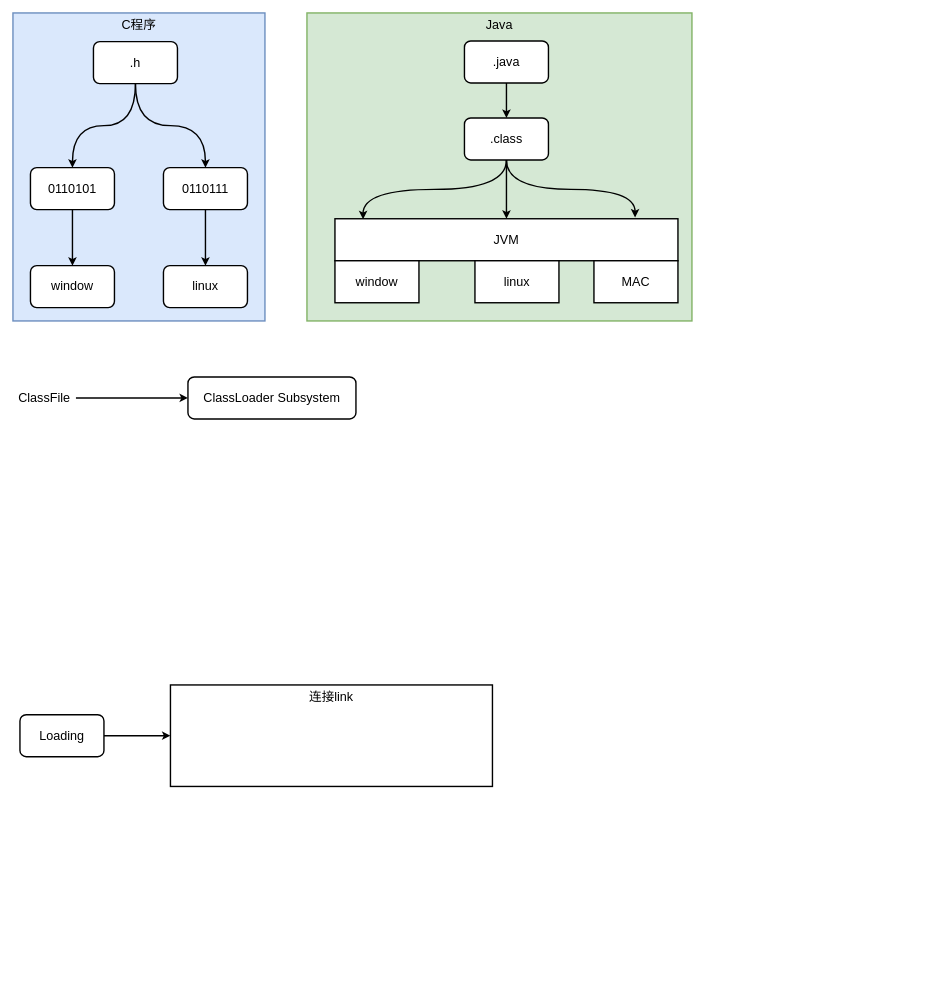
Above: page "程序编译" (1 of 7) of JVM.drawio in starzy1990/diagrams (draw.io), before the change. Source tidied: cells renumbered, new cells numbered last; positions are measured from the earlier drawing's top-left corner, leaving out a move shared by most shapes. Both pictures are drawn from the tidied source at 70%, with x=0, y=0 at pixel (13, 13).
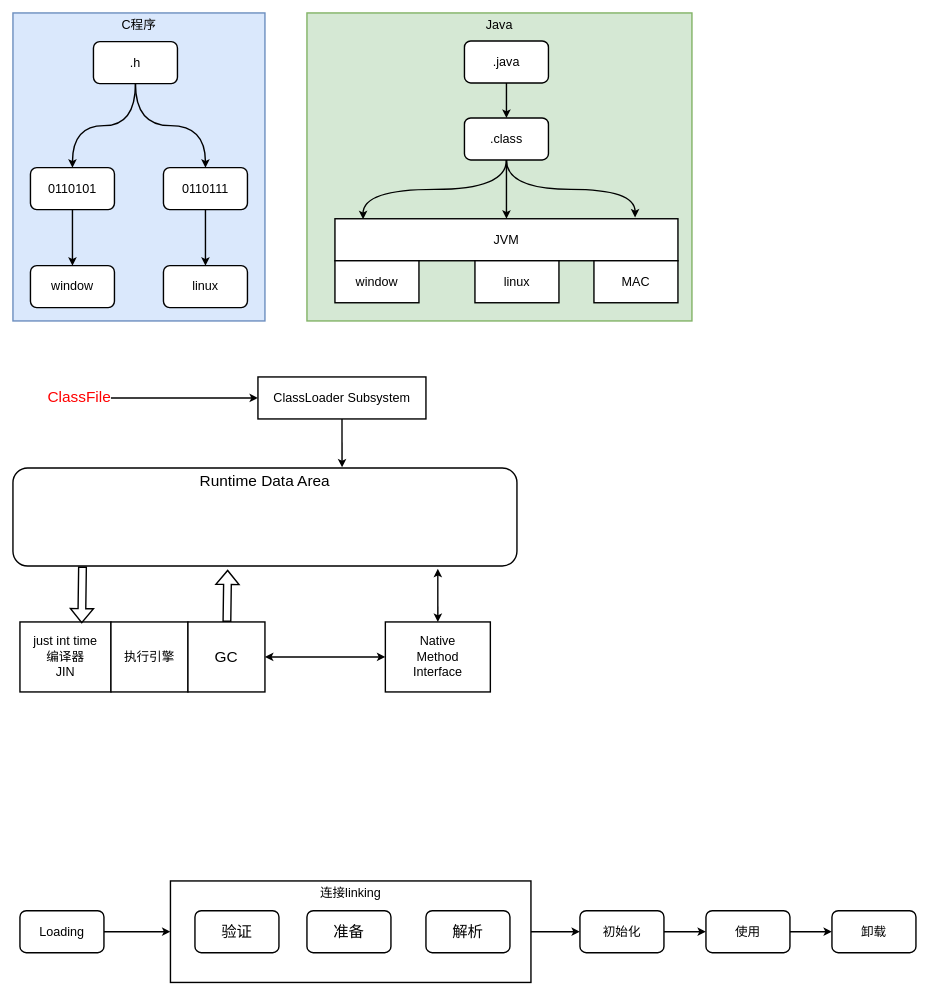
The same diagram, later.

The edit, as a diff of the source:
```diff
@@
-    <mxCell id="24" value="ClassFile" style="text;html=1;strokeColor=none;fillColor=none;align=center;verticalAlign=middle;whiteSpace=wrap;rounded=0;fontSize=18;" parent="1" vertex="1">
-      <mxGeometry y="535" width="90" height="30" as="geometry" />
+    <mxCell id="24" value="ClassFile" style="text;html=1;strokeColor=none;fillColor=none;align=center;verticalAlign=middle;whiteSpace=wrap;rounded=0;fontSize=22;fontColor=#FF0000;fontStyle=0;" parent="1" vertex="1">
+      <mxGeometry x="50" y="535" width="90" height="30" as="geometry" />
     </mxCell>
+    <mxCell id="29" style="edgeStyle=none;rounded=0;jettySize=auto;html=1;entryX=0.653;entryY=-0.006;entryDx=0;entryDy=0;entryPerimeter=0;fontColor=#FF0000;strokeWidth=2;" parent="1" edge="1" source="25" target="31">
+      <mxGeometry relative="1" as="geometry" />
+    </mxCell>
-    <mxCell id="25" value="ClassLoader Subsystem" style="rounded=1;whiteSpace=wrap;html=1;fontSize=18;strokeWidth=2;" parent="1" vertex="1">
-      <mxGeometry x="250" y="520" width="240" height="60" as="geometry" />
+    <mxCell id="25" value="ClassLoader Subsystem" style="rounded=0;whiteSpace=wrap;html=1;fontSize=18;strokeWidth=2;" parent="1" vertex="1">
+      <mxGeometry x="350" y="520" width="240" height="60" as="geometry" />
     </mxCell>
@@
     <mxCell id="27" value="Loading" style="rounded=1;whiteSpace=wrap;html=1;fontSize=18;strokeWidth=2;" parent="1" vertex="1">
-      <mxGeometry x="10" y="1002.5" width="120" height="60" as="geometry" />
+      <mxGeometry x="10" y="1282.5" width="120" height="60" as="geometry" />
     </mxCell>
+    <mxCell id="30" style="edgeStyle=none;rounded=0;jettySize=auto;html=1;entryX=0;entryY=0.5;entryDx=0;entryDy=0;fontSize=22;fontColor=#000000;strokeWidth=2;" parent="1" edge="1" source="28" target="44">
+      <mxGeometry relative="1" as="geometry" />
+    </mxCell>
-    <mxCell id="28" value="连接link" style="rounded=0;whiteSpace=wrap;html=1;fontSize=18;strokeWidth=2;verticalAlign=top;" parent="1" vertex="1">
-      <mxGeometry x="225" y="960" width="460" height="145" as="geometry" />
+    <mxCell id="28" value="连接linking" style="rounded=0;whiteSpace=wrap;html=1;fontSize=18;strokeWidth=2;verticalAlign=top;" parent="1" vertex="1">
+      <mxGeometry x="225" y="1240" width="515" height="145" as="geometry" />
     </mxCell>
+    <mxCell id="31" value="Runtime Data Area" style="rounded=1;whiteSpace=wrap;html=1;fontColor=#000000;strokeWidth=2;fontSize=22;verticalAlign=top;" parent="1" vertex="1">
+      <mxGeometry y="650" width="720" height="140" as="geometry" />
+    </mxCell>
+    <mxCell id="32" value="just int time&lt;br style=&quot;font-size: 18px;&quot;&gt;编译器&lt;br style=&quot;font-size: 18px;&quot;&gt;JIN" style="rounded=0;whiteSpace=wrap;html=1;fontColor=#000000;strokeWidth=2;fontSize=18;" parent="1" vertex="1">
+      <mxGeometry x="10" y="870" width="130" height="100" as="geometry" />
+    </mxCell>
+    <mxCell id="33" value="执行引擎" style="rounded=0;whiteSpace=wrap;html=1;fontColor=#000000;strokeWidth=2;fontSize=18;" parent="1" vertex="1">
+      <mxGeometry x="140" y="870" width="110" height="100" as="geometry" />
+    </mxCell>
+    <mxCell id="34" value="GC" style="rounded=0;whiteSpace=wrap;html=1;fontColor=#000000;strokeWidth=2;fontSize=22;" parent="1" vertex="1">
+      <mxGeometry x="250" y="870" width="110" height="100" as="geometry" />
+    </mxCell>
+    <mxCell id="35" value="Native&lt;br style=&quot;font-size: 18px;&quot;&gt;Method&lt;br style=&quot;font-size: 18px;&quot;&gt;Interface" style="rounded=0;whiteSpace=wrap;html=1;fontColor=#000000;strokeWidth=2;fontSize=18;" parent="1" vertex="1">
+      <mxGeometry x="532" y="870" width="150" height="100" as="geometry" />
+    </mxCell>
+    <mxCell id="36" style="shape=flexArrow;endArrow=classic;html=1;rounded=0;fontColor=#FF0000;strokeWidth=2;exitX=0.138;exitY=1.006;exitDx=0;exitDy=0;exitPerimeter=0;entryX=0.679;entryY=0.02;entryDx=0;entryDy=0;entryPerimeter=0;" parent="1" edge="1" source="31" target="32">
+      <mxGeometry relative="1" as="geometry" />
+    </mxCell>
+    <mxCell id="37" style="shape=flexArrow;endArrow=classic;html=1;rounded=0;fontColor=#FF0000;strokeWidth=2;entryX=0.426;entryY=1.039;entryDx=0;entryDy=0;entryPerimeter=0;" parent="1" edge="1" source="34" target="31">
+      <mxGeometry relative="1" as="geometry" />
+    </mxCell>
+    <mxCell id="38" style="endArrow=classic;startArrow=classic;html=1;rounded=0;fontSize=22;fontColor=#000000;strokeWidth=2;exitX=1;exitY=0.5;exitDx=0;exitDy=0;entryX=0;entryY=0.5;entryDx=0;entryDy=0;" parent="1" edge="1" source="34" target="35">
+      <mxGeometry relative="1" as="geometry" />
+    </mxCell>
+    <mxCell id="39" style="endArrow=classic;startArrow=classic;html=1;rounded=0;fontSize=22;fontColor=#000000;strokeWidth=2;exitX=0.5;exitY=0;exitDx=0;exitDy=0;entryX=0.843;entryY=1.029;entryDx=0;entryDy=0;entryPerimeter=0;" parent="1" edge="1" source="35" target="31">
+      <mxGeometry relative="1" as="geometry" />
+    </mxCell>
+    <mxCell id="40" value="验证" style="rounded=1;whiteSpace=wrap;html=1;fontSize=22;fontColor=#000000;strokeWidth=2;" parent="1" vertex="1">
+      <mxGeometry x="260" y="1282.5" width="120" height="60" as="geometry" />
+    </mxCell>
+    <mxCell id="41" value="准备" style="rounded=1;whiteSpace=wrap;html=1;fontSize=22;fontColor=#000000;strokeWidth=2;" parent="1" vertex="1">
+      <mxGeometry x="420" y="1282.5" width="120" height="60" as="geometry" />
+    </mxCell>
+    <mxCell id="42" value="解析" style="rounded=1;whiteSpace=wrap;html=1;fontSize=22;fontColor=#000000;strokeWidth=2;" parent="1" vertex="1">
+      <mxGeometry x="590" y="1282.5" width="120" height="60" as="geometry" />
+    </mxCell>
+    <mxCell id="43" style="edgeStyle=none;rounded=0;jettySize=auto;html=1;entryX=0;entryY=0.5;entryDx=0;entryDy=0;fontSize=22;fontColor=#000000;strokeWidth=2;" parent="1" edge="1" source="44" target="46">
+      <mxGeometry relative="1" as="geometry" />
+    </mxCell>
+    <mxCell id="44" value="初始化" style="rounded=1;whiteSpace=wrap;html=1;fontSize=18;strokeWidth=2;" parent="1" vertex="1">
+      <mxGeometry x="810" y="1282.5" width="120" height="60" as="geometry" />
+    </mxCell>
+    <mxCell id="45" style="edgeStyle=none;rounded=0;jettySize=auto;html=1;entryX=0;entryY=0.5;entryDx=0;entryDy=0;fontSize=22;fontColor=#000000;strokeWidth=2;" parent="1" edge="1" source="46" target="47">
+      <mxGeometry relative="1" as="geometry" />
+    </mxCell>
+    <mxCell id="46" value="使用" style="rounded=1;whiteSpace=wrap;html=1;fontSize=18;strokeWidth=2;" parent="1" vertex="1">
+      <mxGeometry x="990" y="1282.5" width="120" height="60" as="geometry" />
+    </mxCell>
+    <mxCell id="47" value="卸载" style="rounded=1;whiteSpace=wrap;html=1;fontSize=18;strokeWidth=2;" parent="1" vertex="1">
+      <mxGeometry x="1170" y="1282.5" width="120" height="60" as="geometry" />
+    </mxCell>
```
